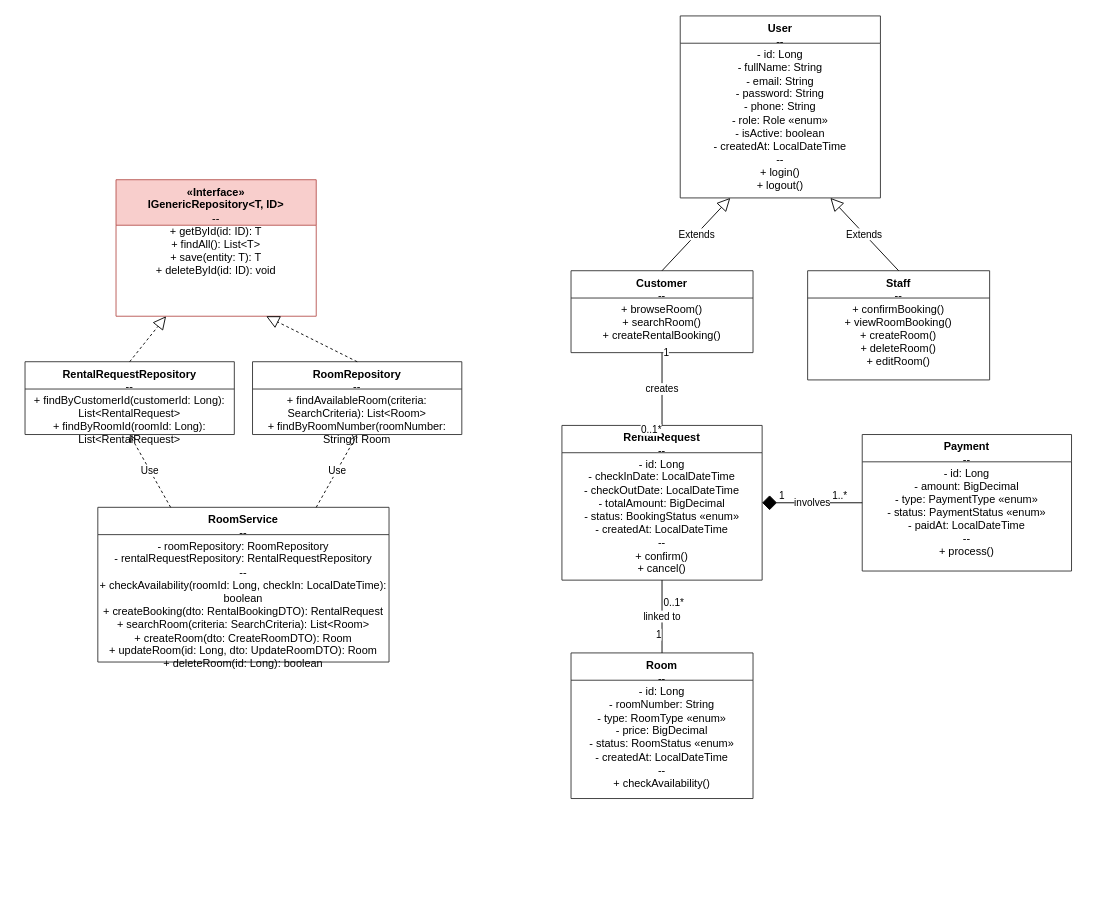
Above: docs/diagrams/ClassDiagram_Room_Module.drawio in WanFJava/MotalManagementSystems (draw.io), before the change. Source tidied: cells renumbered, new cells numbered last; positions are measured from the earlier drawing's top-left corner, leaving out a move shared by most shapes. Both pictures are drawn from the tidied source at 91%, with x=0, y=0 at pixel (25, 15).
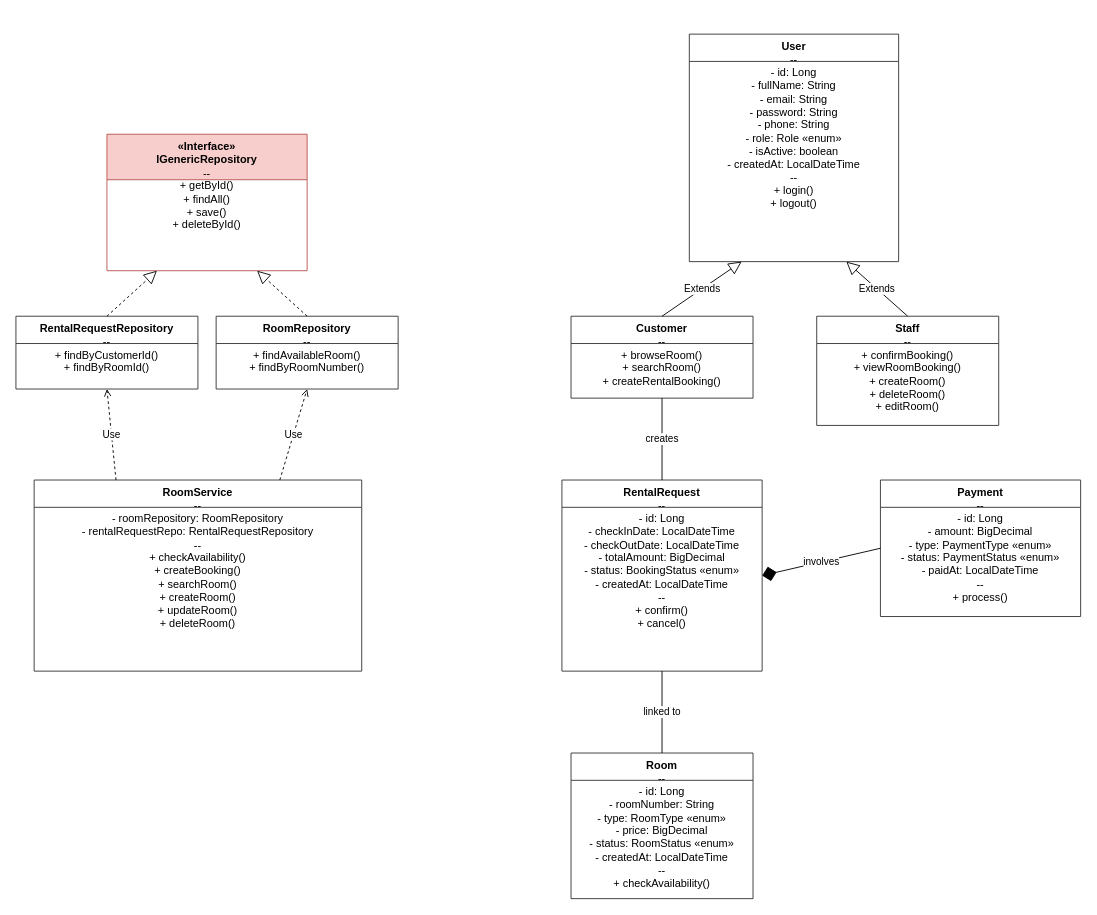
After the change.

The change refers to these unchanged cells:
```xml
<mxCell id="16" value="creates" style="endArrow=none;html=1;rounded=0;exitX=0.5;exitY=1;entryX=0.5;entryY=0;" parent="1" edge="1" source="11" target="15">
  <mxGeometry relative="1" as="geometry" />
</mxCell>
<mxCell id="20" value="involves" style="endArrow=none;startArrow=diamond;startFill=1;startSize=14;html=1;rounded=0;exitX=1;exitY=0.5;entryX=0;entryY=0.5;" parent="1" edge="1" source="15" target="19">
  <mxGeometry relative="1" as="geometry" />
</mxCell>
<mxCell id="24" value="linked to" style="endArrow=none;html=1;rounded=0;exitX=0.5;exitY=1;entryX=0.5;entryY=0;" parent="1" edge="1" source="15" target="23">
  <mxGeometry relative="1" as="geometry" />
</mxCell>
```

What changed in the source:
```diff
@@
-    <mxCell id="2" value="&lt;b&gt;&amp;laquo;Interface&amp;raquo;&lt;br&gt;IGenericRepository&amp;lt;T, ID&amp;gt;&lt;/b&gt;&#10;--&#10;+ getById(id: ID): T&#10;+ findAll(): List&amp;lt;T&amp;gt;&#10;+ save(entity: T): T&#10;+ deleteById(id: ID): void" style="swimlane;fontStyle=0;align=center;verticalAlign=top;horizontal=1;startSize=50;whiteSpace=wrap;html=1;fillColor=#f8cecc;strokeColor=#b85450;rounded=0;" parent="1" vertex="1">
-      <mxGeometry x="100" y="180" width="220" height="150" as="geometry" />
+    <mxCell id="2" value="&lt;b&gt;&amp;laquo;Interface&amp;raquo;&lt;br&gt;IGenericRepository&lt;/b&gt;&#10;--&#10;+ getById()&#10;+ findAll()&#10;+ save()&#10;+ deleteById()" style="swimlane;fontStyle=0;align=center;verticalAlign=top;horizontal=1;startSize=50;whiteSpace=wrap;html=1;fillColor=#f8cecc;strokeColor=#b85450;rounded=0;" parent="1" vertex="1">
+      <mxGeometry x="90" y="130" width="220" height="150" as="geometry" />
     </mxCell>
-    <mxCell id="3" value="&lt;b&gt;RentalRequestRepository&lt;/b&gt;&#10;--&#10;+ findByCustomerId(customerId: Long): List&amp;lt;RentalRequest&amp;gt;&#10;+ findByRoomId(roomId: Long): List&amp;lt;RentalRequest&amp;gt;" style="swimlane;fontStyle=0;align=center;verticalAlign=top;horizontal=1;startSize=30;whiteSpace=wrap;html=1;fillColor=#ffffff;strokeColor=#333333;rounded=0;" parent="1" vertex="1">
-      <mxGeometry y="380" width="230" height="80" as="geometry" />
+    <mxCell id="3" value="&lt;b&gt;RentalRequestRepository&lt;/b&gt;&#10;--&#10;+ findByCustomerId()&#10;+ findByRoomId()" style="swimlane;fontStyle=0;align=center;verticalAlign=top;horizontal=1;startSize=30;whiteSpace=wrap;html=1;fillColor=#ffffff;strokeColor=#333333;rounded=0;" parent="1" vertex="1">
+      <mxGeometry x="-10" y="330" width="200" height="80" as="geometry" />
     </mxCell>
-    <mxCell id="4" value="&lt;b&gt;RoomRepository&lt;/b&gt;&#10;--&#10;+ findAvailableRoom(criteria: SearchCriteria): List&amp;lt;Room&amp;gt;&#10;+ findByRoomNumber(roomNumber: String): Room" style="swimlane;fontStyle=0;align=center;verticalAlign=top;horizontal=1;startSize=30;whiteSpace=wrap;html=1;fillColor=#ffffff;strokeColor=#333333;rounded=0;" parent="1" vertex="1">
-      <mxGeometry x="250" y="380" width="230" height="80" as="geometry" />
+    <mxCell id="4" value="&lt;b&gt;RoomRepository&lt;/b&gt;&#10;--&#10;+ findAvailableRoom()&#10;+ findByRoomNumber()" style="swimlane;fontStyle=0;align=center;verticalAlign=top;horizontal=1;startSize=30;whiteSpace=wrap;html=1;fillColor=#ffffff;strokeColor=#333333;rounded=0;" parent="1" vertex="1">
+      <mxGeometry x="210" y="330" width="200" height="80" as="geometry" />
     </mxCell>
@@
-    <mxCell id="7" value="&lt;b&gt;RoomService&lt;/b&gt;&#10;--&#10;- roomRepository: RoomRepository&#10;- rentalRequestRepository: RentalRequestRepository&#10;--&#10;+ checkAvailability(roomId: Long, checkIn: LocalDateTime): boolean&#10;+ createBooking(dto: RentalBookingDTO): RentalRequest&#10;+ searchRoom(criteria: SearchCriteria): List&amp;lt;Room&amp;gt;&#10;+ createRoom(dto: CreateRoomDTO): Room&#10;+ updateRoom(id: Long, dto: UpdateRoomDTO): Room&#10;+ deleteRoom(id: Long): boolean" style="swimlane;fontStyle=0;align=center;verticalAlign=top;horizontal=1;startSize=30;whiteSpace=wrap;html=1;fillColor=#ffffff;strokeColor=#333333;rounded=0;" parent="1" vertex="1">
-      <mxGeometry x="80" y="540" width="320" height="170" as="geometry" />
+    <mxCell id="7" value="&lt;b&gt;RoomService&lt;/b&gt;&#10;--&#10;- roomRepository: RoomRepository&#10;- rentalRequestRepo: RentalRequestRepository&#10;--&#10;+ checkAvailability()&#10;+ createBooking()&#10;+ searchRoom()&#10;+ createRoom()&#10;+ updateRoom()&#10;+ deleteRoom()" style="swimlane;fontStyle=0;align=center;verticalAlign=top;horizontal=1;startSize=30;whiteSpace=wrap;html=1;fillColor=#ffffff;strokeColor=#333333;rounded=0;" parent="1" vertex="1">
+      <mxGeometry x="10" y="510" width="360" height="210" as="geometry" />
     </mxCell>
@@
     <mxCell id="10" value="&lt;b&gt;User&lt;/b&gt;&#10;--&#10;- id: Long&#10;- fullName: String&#10;- email: String&#10;- password: String&#10;- phone: String&#10;- role: Role &amp;laquo;enum&amp;raquo;&#10;- isActive: boolean&#10;- createdAt: LocalDateTime&#10;--&#10;+ login()&#10;+ logout()" style="swimlane;fontStyle=0;align=center;verticalAlign=top;horizontal=1;startSize=30;whiteSpace=wrap;html=1;fillColor=#ffffff;strokeColor=#333333;rounded=0;" parent="1" vertex="1">
-      <mxGeometry x="720" width="220" height="200" as="geometry" />
+      <mxGeometry x="730" y="20" width="230" height="250" as="geometry" />
     </mxCell>
     <mxCell id="11" value="&lt;b&gt;Customer&lt;/b&gt;&#10;--&#10;+ browseRoom()&#10;+ searchRoom()&#10;+ createRentalBooking()" style="swimlane;fontStyle=0;align=center;verticalAlign=top;horizontal=1;startSize=30;whiteSpace=wrap;html=1;fillColor=#ffffff;strokeColor=#333333;rounded=0;" parent="1" vertex="1">
-      <mxGeometry x="600" y="280" width="200" height="90" as="geometry" />
+      <mxGeometry x="600" y="330" width="200" height="90" as="geometry" />
     </mxCell>
     <mxCell id="12" value="&lt;b&gt;Staff&lt;/b&gt;&#10;--&#10;+ confirmBooking()&#10;+ viewRoomBooking()&#10;+ createRoom()&#10;+ deleteRoom()&#10;+ editRoom()" style="swimlane;fontStyle=0;align=center;verticalAlign=top;horizontal=1;startSize=30;whiteSpace=wrap;html=1;fillColor=#ffffff;strokeColor=#333333;rounded=0;" parent="1" vertex="1">
-      <mxGeometry x="860" y="280" width="200" height="120" as="geometry" />
+      <mxGeometry x="870" y="330" width="200" height="120" as="geometry" />
     </mxCell>
@@
     <mxCell id="15" value="&lt;b&gt;RentalRequest&lt;/b&gt;&#10;--&#10;- id: Long&#10;- checkInDate: LocalDateTime&#10;- checkOutDate: LocalDateTime&#10;- totalAmount: BigDecimal&#10;- status: BookingStatus &amp;laquo;enum&amp;raquo;&#10;- createdAt: LocalDateTime&#10;--&#10;+ confirm()&#10;+ cancel()" style="swimlane;fontStyle=0;align=center;verticalAlign=top;horizontal=1;startSize=30;whiteSpace=wrap;html=1;fillColor=#ffffff;strokeColor=#333333;rounded=0;" parent="1" vertex="1">
-      <mxGeometry x="590" y="450" width="220" height="170" as="geometry" />
+      <mxGeometry x="590" y="510" width="220" height="210" as="geometry" />
     </mxCell>
@@
-    <mxCell id="17" value="1" style="edgeLabel;html=1;align=left;verticalAlign=bottom;" parent="16" vertex="1">
-      <mxGeometry x="-0.8" relative="1" as="geometry" />
-    </mxCell>
-    <mxCell id="18" value="0..1*" style="edgeLabel;html=1;align=right;verticalAlign=top;" parent="16" vertex="1">
-      <mxGeometry x="0.8" relative="1" as="geometry" />
-    </mxCell>
     <mxCell id="19" value="&lt;b&gt;Payment&lt;/b&gt;&#10;--&#10;- id: Long&#10;- amount: BigDecimal&#10;- type: PaymentType &amp;laquo;enum&amp;raquo;&#10;- status: PaymentStatus &amp;laquo;enum&amp;raquo;&#10;- paidAt: LocalDateTime&#10;--&#10;+ process()" style="swimlane;fontStyle=0;align=center;verticalAlign=top;horizontal=1;startSize=30;whiteSpace=wrap;html=1;fillColor=#ffffff;strokeColor=#333333;rounded=0;" parent="1" vertex="1">
-      <mxGeometry x="920" y="460" width="230" height="150" as="geometry" />
+      <mxGeometry x="940" y="510" width="220" height="150" as="geometry" />
     </mxCell>
@@
-    <mxCell id="21" value="1" style="edgeLabel;html=1;align=left;verticalAlign=bottom;" parent="20" vertex="1">
-      <mxGeometry x="-0.7" relative="1" as="geometry" />
-    </mxCell>
-    <mxCell id="22" value="1..*" style="edgeLabel;html=1;align=right;verticalAlign=bottom;" parent="20" vertex="1">
-      <mxGeometry x="0.7" relative="1" as="geometry" />
-    </mxCell>
     <mxCell id="23" value="&lt;b&gt;Room&lt;/b&gt;&#10;--&#10;- id: Long&#10;- roomNumber: String&#10;- type: RoomType &amp;laquo;enum&amp;raquo;&#10;- price: BigDecimal&#10;- status: RoomStatus &amp;laquo;enum&amp;raquo;&#10;- createdAt: LocalDateTime&#10;--&#10;+ checkAvailability()" style="swimlane;fontStyle=0;align=center;verticalAlign=top;horizontal=1;startSize=30;whiteSpace=wrap;html=1;fillColor=#ffffff;strokeColor=#333333;rounded=0;" parent="1" vertex="1">
-      <mxGeometry x="600" y="700" width="200" height="160" as="geometry" />
+      <mxGeometry x="600" y="810" width="200" height="160" as="geometry" />
     </mxCell>
@@
-    <mxCell id="25" value="0..1*" style="edgeLabel;html=1;align=left;verticalAlign=top;" parent="24" vertex="1">
-      <mxGeometry x="-0.7" relative="1" as="geometry" />
-    </mxCell>
-    <mxCell id="26" value="1" style="edgeLabel;html=1;align=right;verticalAlign=bottom;" parent="24" vertex="1">
-      <mxGeometry x="0.7" relative="1" as="geometry" />
-    </mxCell>
```
